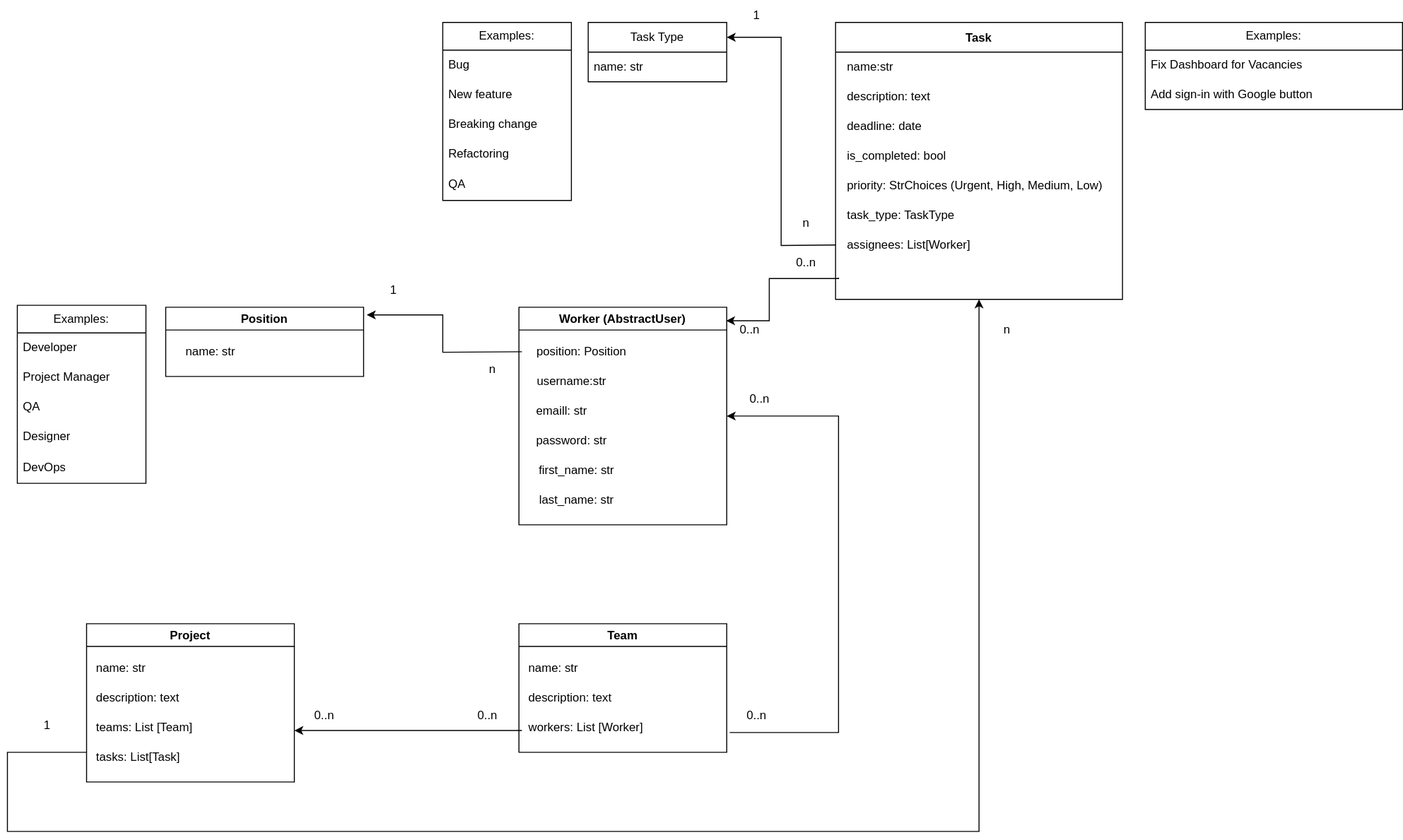
This is task_manager_schema.svg from serg121192/task-manager, a draw.io export, as it was before one commit. Source tidied: cells renumbered, new cells last; positions are measured from the earlier drawing's top-left corner, leaving out a move shared by most shapes. Its diagram source:
```xml
<mxGraphModel>
  <root>
    <mxCell id="0" />
    <mxCell id="1" parent="0" />
    <mxCell id="2" value="Task Type" style="swimlane;fontStyle=0;horizontal=1;startSize=30;whiteSpace=wrap;html=1;" parent="1" vertex="1">
      <mxGeometry x="587" y="22" width="140" height="60" as="geometry" />
    </mxCell>
    <mxCell id="3" value="name: str" style="text;strokeColor=none;fillColor=none;align=left;verticalAlign=middle;spacingLeft=4;spacingRight=4;overflow=hidden;whiteSpace=wrap;html=1;" parent="2" vertex="1">
      <mxGeometry y="30" width="140" height="30" as="geometry" />
    </mxCell>
    <mxCell id="4" value="Task" style="swimlane;startSize=30;" parent="1" vertex="1">
      <mxGeometry x="837" y="22" width="290" height="280" as="geometry" />
    </mxCell>
    <mxCell id="5" value="name:str&lt;span style=&quot;white-space: pre;&quot;&gt;&#9;&lt;/span&gt;" style="text;html=1;align=left;verticalAlign=middle;strokeColor=none;fillColor=none;" parent="4" vertex="1">
      <mxGeometry x="10" y="30" width="80" height="30" as="geometry" />
    </mxCell>
    <mxCell id="6" value="description: text" style="text;html=1;align=left;verticalAlign=middle;strokeColor=none;fillColor=none;" parent="4" vertex="1">
      <mxGeometry x="10" y="60" width="110" height="30" as="geometry" />
    </mxCell>
    <mxCell id="7" value="deadline: date" style="text;html=1;align=left;verticalAlign=middle;strokeColor=none;fillColor=none;" parent="4" vertex="1">
      <mxGeometry x="10" y="90" width="100" height="30" as="geometry" />
    </mxCell>
    <mxCell id="8" value="is_completed: bool" style="text;html=1;align=left;verticalAlign=middle;strokeColor=none;fillColor=none;" parent="4" vertex="1">
      <mxGeometry x="10" y="120" width="120" height="30" as="geometry" />
    </mxCell>
    <mxCell id="9" value="priority: StrChoices (Urgent, High, Medium, Low)" style="text;html=1;align=left;verticalAlign=middle;strokeColor=none;fillColor=none;" parent="4" vertex="1">
      <mxGeometry x="10" y="150" width="280" height="30" as="geometry" />
    </mxCell>
    <mxCell id="10" value="task_type: TaskType" style="text;html=1;align=left;verticalAlign=middle;strokeColor=none;fillColor=none;" parent="4" vertex="1">
      <mxGeometry x="10" y="180" width="130" height="30" as="geometry" />
    </mxCell>
    <mxCell id="11" value="assignees: List[Worker]" style="text;html=1;align=left;verticalAlign=middle;strokeColor=none;fillColor=none;" parent="4" vertex="1">
      <mxGeometry x="10" y="210" width="150" height="30" as="geometry" />
    </mxCell>
    <mxCell id="12" style="edgeStyle=orthogonalEdgeStyle;rounded=0;jettySize=auto;html=1;entryX=1;entryY=0.25;entryDx=0;entryDy=0;" parent="1" edge="1" target="2">
      <mxGeometry relative="1" as="geometry">
        <mxPoint x="837" y="247" as="sourcePoint" />
      </mxGeometry>
    </mxCell>
    <mxCell id="13" value="1" style="text;html=1;align=center;verticalAlign=middle;strokeColor=none;fillColor=none;" parent="1" vertex="1">
      <mxGeometry x="742" width="30" height="30" as="geometry" />
    </mxCell>
    <mxCell id="14" value="n" style="text;html=1;align=center;verticalAlign=middle;strokeColor=none;fillColor=none;" parent="1" vertex="1">
      <mxGeometry x="792" y="210" width="30" height="30" as="geometry" />
    </mxCell>
    <mxCell id="15" value="Worker (AbstractUser)" style="swimlane;whiteSpace=wrap;html=1;" parent="1" vertex="1">
      <mxGeometry x="517" y="310" width="210" height="220" as="geometry" />
    </mxCell>
    <mxCell id="16" value="position: Position" style="text;html=1;align=center;verticalAlign=middle;strokeColor=none;fillColor=none;" parent="15" vertex="1">
      <mxGeometry x="8" y="30" width="110" height="30" as="geometry" />
    </mxCell>
    <mxCell id="17" value="username:str" style="text;html=1;align=center;verticalAlign=middle;strokeColor=none;fillColor=none;" parent="15" vertex="1">
      <mxGeometry x="8" y="60" width="90" height="30" as="geometry" />
    </mxCell>
    <mxCell id="18" value="emaill: str" style="text;html=1;align=center;verticalAlign=middle;strokeColor=none;fillColor=none;" parent="15" vertex="1">
      <mxGeometry x="8" y="90" width="70" height="30" as="geometry" />
    </mxCell>
    <mxCell id="19" value="password: str" style="text;html=1;align=center;verticalAlign=middle;strokeColor=none;fillColor=none;" parent="15" vertex="1">
      <mxGeometry x="8" y="120" width="90" height="30" as="geometry" />
    </mxCell>
    <mxCell id="20" value="first_name: str" style="text;html=1;align=center;verticalAlign=middle;strokeColor=none;fillColor=none;" parent="15" vertex="1">
      <mxGeometry x="8" y="150" width="100" height="30" as="geometry" />
    </mxCell>
    <mxCell id="21" value="last_name: str" style="text;html=1;align=center;verticalAlign=middle;strokeColor=none;fillColor=none;" parent="15" vertex="1">
      <mxGeometry x="8" y="180" width="100" height="30" as="geometry" />
    </mxCell>
    <mxCell id="22" style="edgeStyle=orthogonalEdgeStyle;rounded=0;jettySize=auto;html=1;entryX=0.997;entryY=0.062;entryDx=0;entryDy=0;entryPerimeter=0;" parent="1" edge="1" target="15">
      <mxGeometry relative="1" as="geometry">
        <mxPoint x="840" y="280" as="sourcePoint" />
        <Array as="points">
          <mxPoint x="770" y="281" />
          <mxPoint x="770" y="324" />
        </Array>
      </mxGeometry>
    </mxCell>
    <mxCell id="23" value="0..n" style="text;html=1;align=center;verticalAlign=middle;strokeColor=none;fillColor=none;" parent="1" vertex="1">
      <mxGeometry x="730" y="318" width="40" height="30" as="geometry" />
    </mxCell>
    <mxCell id="24" value="0..n" style="text;html=1;align=center;verticalAlign=middle;strokeColor=none;fillColor=none;" parent="1" vertex="1">
      <mxGeometry x="787" y="250" width="40" height="30" as="geometry" />
    </mxCell>
    <mxCell id="25" value="Position" style="swimlane;whiteSpace=wrap;html=1;" parent="1" vertex="1">
      <mxGeometry x="160" y="310" width="200" height="70" as="geometry" />
    </mxCell>
    <mxCell id="26" value="name: str" style="text;html=1;align=center;verticalAlign=middle;strokeColor=none;fillColor=none;" parent="25" vertex="1">
      <mxGeometry x="10" y="30" width="70" height="30" as="geometry" />
    </mxCell>
    <mxCell id="27" style="edgeStyle=orthogonalEdgeStyle;rounded=0;jettySize=auto;html=1;entryX=1.016;entryY=0.11;entryDx=0;entryDy=0;entryPerimeter=0;" parent="1" edge="1" target="25">
      <mxGeometry relative="1" as="geometry">
        <mxPoint x="520" y="355" as="sourcePoint" />
      </mxGeometry>
    </mxCell>
    <mxCell id="28" value="1" style="text;html=1;align=center;verticalAlign=middle;strokeColor=none;fillColor=none;" parent="1" vertex="1">
      <mxGeometry x="375" y="278" width="30" height="30" as="geometry" />
    </mxCell>
    <mxCell id="29" value="n" style="text;html=1;align=center;verticalAlign=middle;strokeColor=none;fillColor=none;" parent="1" vertex="1">
      <mxGeometry x="475" y="358" width="30" height="30" as="geometry" />
    </mxCell>
    <mxCell id="30" value="Examples:" style="swimlane;fontStyle=0;horizontal=1;startSize=28;whiteSpace=wrap;html=1;" parent="1" vertex="1">
      <mxGeometry x="440" y="22" width="130" height="180" as="geometry" />
    </mxCell>
    <mxCell id="31" value="Bug" style="text;strokeColor=none;fillColor=none;align=left;verticalAlign=middle;spacingLeft=4;spacingRight=4;overflow=hidden;whiteSpace=wrap;html=1;" parent="30" vertex="1">
      <mxGeometry y="28" width="130" height="30" as="geometry" />
    </mxCell>
    <mxCell id="32" value="New feature" style="text;strokeColor=none;fillColor=none;align=left;verticalAlign=middle;spacingLeft=4;spacingRight=4;overflow=hidden;whiteSpace=wrap;html=1;" parent="30" vertex="1">
      <mxGeometry y="58" width="130" height="30" as="geometry" />
    </mxCell>
    <mxCell id="33" value="Breaking change" style="text;strokeColor=none;fillColor=none;align=left;verticalAlign=middle;spacingLeft=4;spacingRight=4;overflow=hidden;whiteSpace=wrap;html=1;" parent="30" vertex="1">
      <mxGeometry y="88" width="130" height="30" as="geometry" />
    </mxCell>
    <mxCell id="34" value="Refactoring&lt;br&gt;" style="text;strokeColor=none;fillColor=none;align=left;verticalAlign=middle;spacingLeft=4;spacingRight=4;overflow=hidden;whiteSpace=wrap;html=1;" parent="30" vertex="1">
      <mxGeometry y="118" width="130" height="30" as="geometry" />
    </mxCell>
    <mxCell id="35" value="QA" style="text;strokeColor=none;fillColor=none;align=left;verticalAlign=middle;spacingLeft=4;spacingRight=4;overflow=hidden;whiteSpace=wrap;html=1;" parent="30" vertex="1">
      <mxGeometry y="148" width="130" height="32" as="geometry" />
    </mxCell>
    <mxCell id="36" value="Examples:" style="swimlane;fontStyle=0;horizontal=1;startSize=28;whiteSpace=wrap;html=1;" parent="1" vertex="1">
      <mxGeometry x="10" y="308" width="130" height="180" as="geometry" />
    </mxCell>
    <mxCell id="37" value="Developer" style="text;strokeColor=none;fillColor=none;align=left;verticalAlign=middle;spacingLeft=4;spacingRight=4;overflow=hidden;whiteSpace=wrap;html=1;" parent="36" vertex="1">
      <mxGeometry y="28" width="130" height="30" as="geometry" />
    </mxCell>
    <mxCell id="38" value="Project Manager" style="text;strokeColor=none;fillColor=none;align=left;verticalAlign=middle;spacingLeft=4;spacingRight=4;overflow=hidden;whiteSpace=wrap;html=1;" parent="36" vertex="1">
      <mxGeometry y="58" width="130" height="30" as="geometry" />
    </mxCell>
    <mxCell id="39" value="QA" style="text;strokeColor=none;fillColor=none;align=left;verticalAlign=middle;spacingLeft=4;spacingRight=4;overflow=hidden;whiteSpace=wrap;html=1;" parent="36" vertex="1">
      <mxGeometry y="88" width="130" height="30" as="geometry" />
    </mxCell>
    <mxCell id="40" value="Designer" style="text;strokeColor=none;fillColor=none;align=left;verticalAlign=middle;spacingLeft=4;spacingRight=4;overflow=hidden;whiteSpace=wrap;html=1;" parent="36" vertex="1">
      <mxGeometry y="118" width="130" height="30" as="geometry" />
    </mxCell>
    <mxCell id="41" value="DevOps" style="text;strokeColor=none;fillColor=none;align=left;verticalAlign=middle;spacingLeft=4;spacingRight=4;overflow=hidden;whiteSpace=wrap;html=1;" parent="36" vertex="1">
      <mxGeometry y="148" width="130" height="32" as="geometry" />
    </mxCell>
    <mxCell id="42" value="Examples:" style="swimlane;fontStyle=0;horizontal=1;startSize=28;whiteSpace=wrap;html=1;" parent="1" vertex="1">
      <mxGeometry x="1150" y="22" width="260" height="88" as="geometry" />
    </mxCell>
    <mxCell id="43" value="Fix Dashboard for Vacancies" style="text;strokeColor=none;fillColor=none;align=left;verticalAlign=middle;spacingLeft=4;spacingRight=4;overflow=hidden;whiteSpace=wrap;html=1;" parent="42" vertex="1">
      <mxGeometry y="28" width="260" height="30" as="geometry" />
    </mxCell>
    <mxCell id="44" value="Add sign-in with Google button" style="text;strokeColor=none;fillColor=none;align=left;verticalAlign=middle;spacingLeft=4;spacingRight=4;overflow=hidden;whiteSpace=wrap;html=1;" parent="42" vertex="1">
      <mxGeometry y="58" width="260" height="30" as="geometry" />
    </mxCell>
    <mxCell id="45" value="Project" style="swimlane;whiteSpace=wrap;html=1;" parent="1" vertex="1">
      <mxGeometry x="80" y="630" width="210" height="160" as="geometry" />
    </mxCell>
    <mxCell id="46" value="name: str" style="text;html=1;align=left;verticalAlign=middle;strokeColor=none;fillColor=none;" parent="45" vertex="1">
      <mxGeometry x="8" y="30" width="70" height="30" as="geometry" />
    </mxCell>
    <mxCell id="47" value="description: text" style="text;html=1;align=left;verticalAlign=middle;strokeColor=none;fillColor=none;" parent="45" vertex="1">
      <mxGeometry x="8" y="60" width="110" height="30" as="geometry" />
    </mxCell>
    <mxCell id="48" value="teams: List [Team]" style="text;html=1;align=left;verticalAlign=middle;strokeColor=none;fillColor=none;" parent="45" vertex="1">
      <mxGeometry x="8" y="90" width="120" height="30" as="geometry" />
    </mxCell>
    <mxCell id="49" value="tasks: List[Task]" style="text;html=1;align=left;verticalAlign=middle;strokeColor=none;fillColor=none;" parent="45" vertex="1">
      <mxGeometry x="8" y="120" width="110" height="30" as="geometry" />
    </mxCell>
    <mxCell id="50" value="Team" style="swimlane;whiteSpace=wrap;html=1;startSize=23;" parent="1" vertex="1">
      <mxGeometry x="517" y="630" width="210" height="130" as="geometry" />
    </mxCell>
    <mxCell id="51" value="name: str" style="text;html=1;align=left;verticalAlign=middle;strokeColor=none;fillColor=none;" parent="50" vertex="1">
      <mxGeometry x="8" y="30" width="70" height="30" as="geometry" />
    </mxCell>
    <mxCell id="52" value="description: text" style="text;html=1;align=left;verticalAlign=middle;strokeColor=none;fillColor=none;" parent="50" vertex="1">
      <mxGeometry x="8" y="60" width="110" height="30" as="geometry" />
    </mxCell>
    <mxCell id="53" value="workers: List [Worker]" style="text;html=1;align=left;verticalAlign=middle;strokeColor=none;fillColor=none;" parent="50" vertex="1">
      <mxGeometry x="8" y="90" width="140" height="30" as="geometry" />
    </mxCell>
    <mxCell id="54" style="edgeStyle=orthogonalEdgeStyle;rounded=0;orthogonalLoop=1;jettySize=auto;html=1;" parent="50" edge="1">
      <mxGeometry relative="1" as="geometry">
        <mxPoint x="3" y="108" as="sourcePoint" />
        <mxPoint x="-227" y="108" as="targetPoint" />
      </mxGeometry>
    </mxCell>
    <mxCell id="55" value="0..n" style="text;html=1;align=center;verticalAlign=middle;strokeColor=none;fillColor=none;" parent="1" vertex="1">
      <mxGeometry x="300" y="708" width="40" height="30" as="geometry" />
    </mxCell>
    <mxCell id="56" value="0..n" style="text;html=1;align=center;verticalAlign=middle;strokeColor=none;fillColor=none;" parent="1" vertex="1">
      <mxGeometry x="465" y="708" width="40" height="30" as="geometry" />
    </mxCell>
    <mxCell id="57" style="edgeStyle=orthogonalEdgeStyle;rounded=0;jettySize=auto;html=1;entryX=0.5;entryY=1;entryDx=0;entryDy=0;" parent="1" edge="1" target="4">
      <mxGeometry relative="1" as="geometry">
        <mxPoint x="80" y="760" as="sourcePoint" />
        <Array as="points">
          <mxPoint y="760" />
          <mxPoint y="840" />
          <mxPoint x="982" y="840" />
        </Array>
      </mxGeometry>
    </mxCell>
    <mxCell id="58" value="n" style="text;html=1;align=center;verticalAlign=middle;strokeColor=none;fillColor=none;" parent="1" vertex="1">
      <mxGeometry x="995" y="318" width="30" height="30" as="geometry" />
    </mxCell>
    <mxCell id="59" value="1" style="text;html=1;align=center;verticalAlign=middle;strokeColor=none;fillColor=none;" parent="1" vertex="1">
      <mxGeometry x="25" y="718" width="30" height="30" as="geometry" />
    </mxCell>
    <mxCell id="60" style="edgeStyle=orthogonalEdgeStyle;rounded=0;jettySize=auto;html=1;entryX=1;entryY=0.5;entryDx=0;entryDy=0;" parent="1" edge="1" target="15">
      <mxGeometry relative="1" as="geometry">
        <mxPoint x="730" y="740" as="sourcePoint" />
        <Array as="points">
          <mxPoint x="840" y="740" />
          <mxPoint x="840" y="420" />
        </Array>
      </mxGeometry>
    </mxCell>
    <mxCell id="61" value="0..n" style="text;html=1;align=center;verticalAlign=middle;strokeColor=none;fillColor=none;" parent="1" vertex="1">
      <mxGeometry x="737" y="708" width="40" height="30" as="geometry" />
    </mxCell>
    <mxCell id="62" value="0..n" style="text;html=1;align=center;verticalAlign=middle;strokeColor=none;fillColor=none;" parent="1" vertex="1">
      <mxGeometry x="740" y="388" width="40" height="30" as="geometry" />
    </mxCell>
  </root>
</mxGraphModel>
```
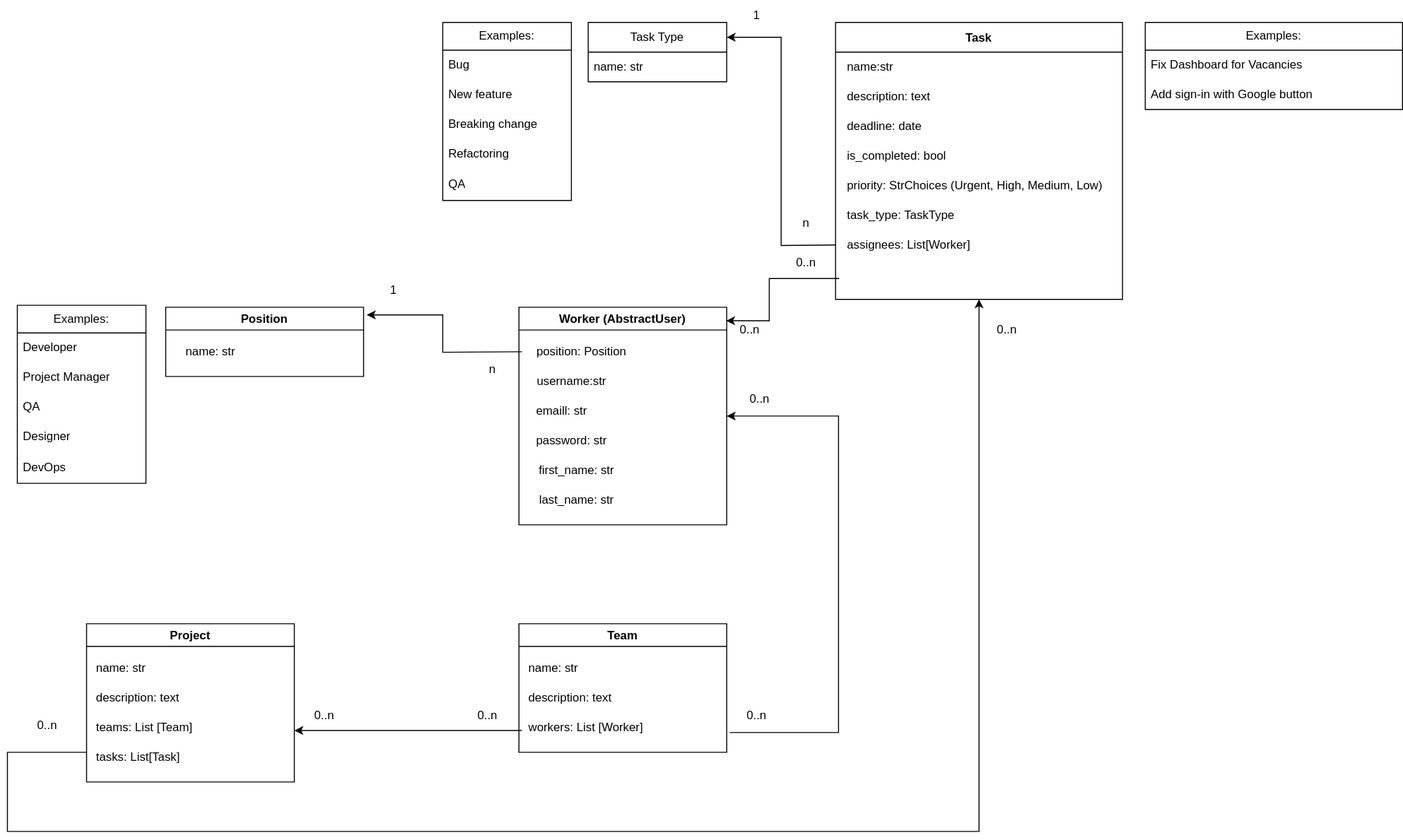
The same diagram one commit later.

What changed in the source:
```diff
@@ -190,11 +190,11 @@
         </Array>
       </mxGeometry>
     </mxCell>
-    <mxCell id="58" value="n" style="text;html=1;align=center;verticalAlign=middle;strokeColor=none;fillColor=none;" parent="1" vertex="1">
-      <mxGeometry x="995" y="318" width="30" height="30" as="geometry" />
+    <mxCell id="58" value="0..n" style="text;html=1;align=center;verticalAlign=middle;strokeColor=none;fillColor=none;" parent="1" vertex="1">
+      <mxGeometry x="990" y="318" width="40" height="30" as="geometry" />
     </mxCell>
-    <mxCell id="59" value="1" style="text;html=1;align=center;verticalAlign=middle;strokeColor=none;fillColor=none;" parent="1" vertex="1">
-      <mxGeometry x="25" y="718" width="30" height="30" as="geometry" />
+    <mxCell id="59" value="0..n" style="text;html=1;align=center;verticalAlign=middle;strokeColor=none;fillColor=none;" parent="1" vertex="1">
+      <mxGeometry x="20" y="718" width="40" height="30" as="geometry" />
     </mxCell>
     <mxCell id="60" style="edgeStyle=orthogonalEdgeStyle;rounded=0;jettySize=auto;html=1;entryX=1;entryY=0.5;entryDx=0;entryDy=0;" parent="1" edge="1" target="15">
       <mxGeometry relative="1" as="geometry">
```
